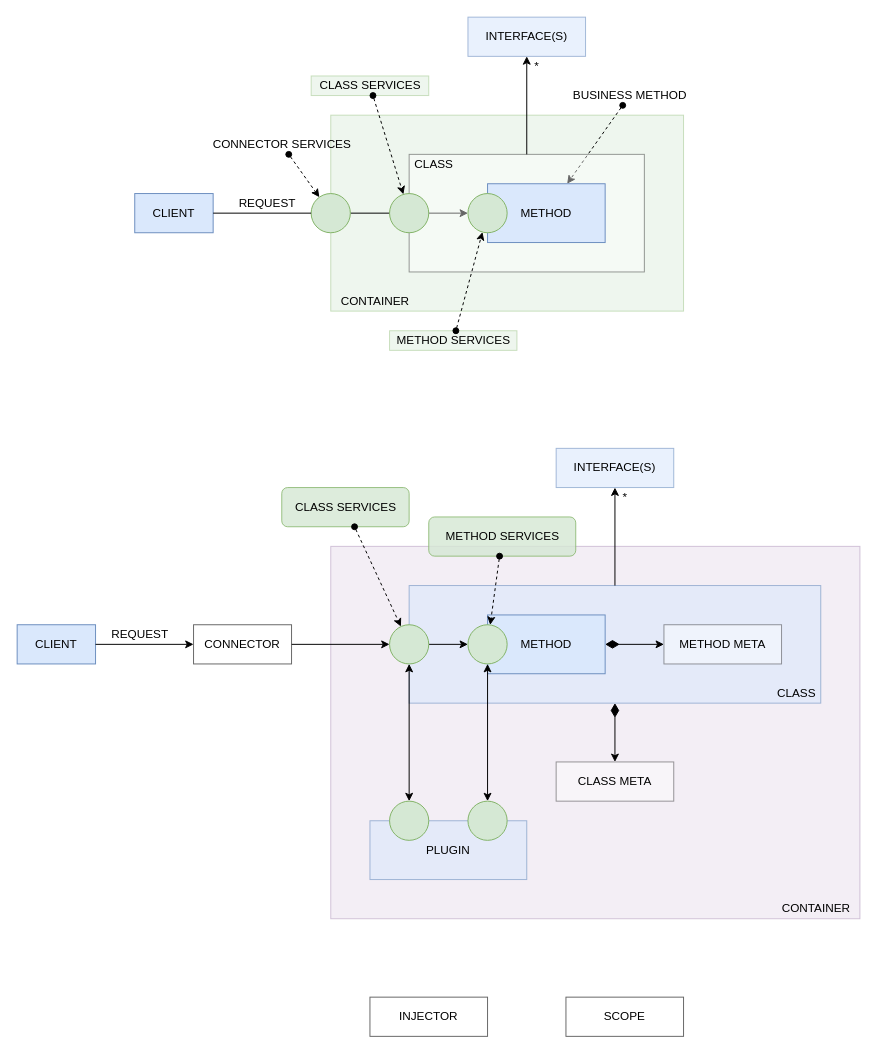
js-lib-com/tiny-container keeps this draw.io diagram as page "Container Services" (1 of 13) of docs/container.drawio. Above is the earlier version. Source tidied: cells renumbered, new cells numbered last; positions are measured from the earlier drawing's top-left corner, leaving out a move shared by most shapes. Both pictures are drawn from the tidied source at 98%, with x=0, y=0 at pixel (17, 17).
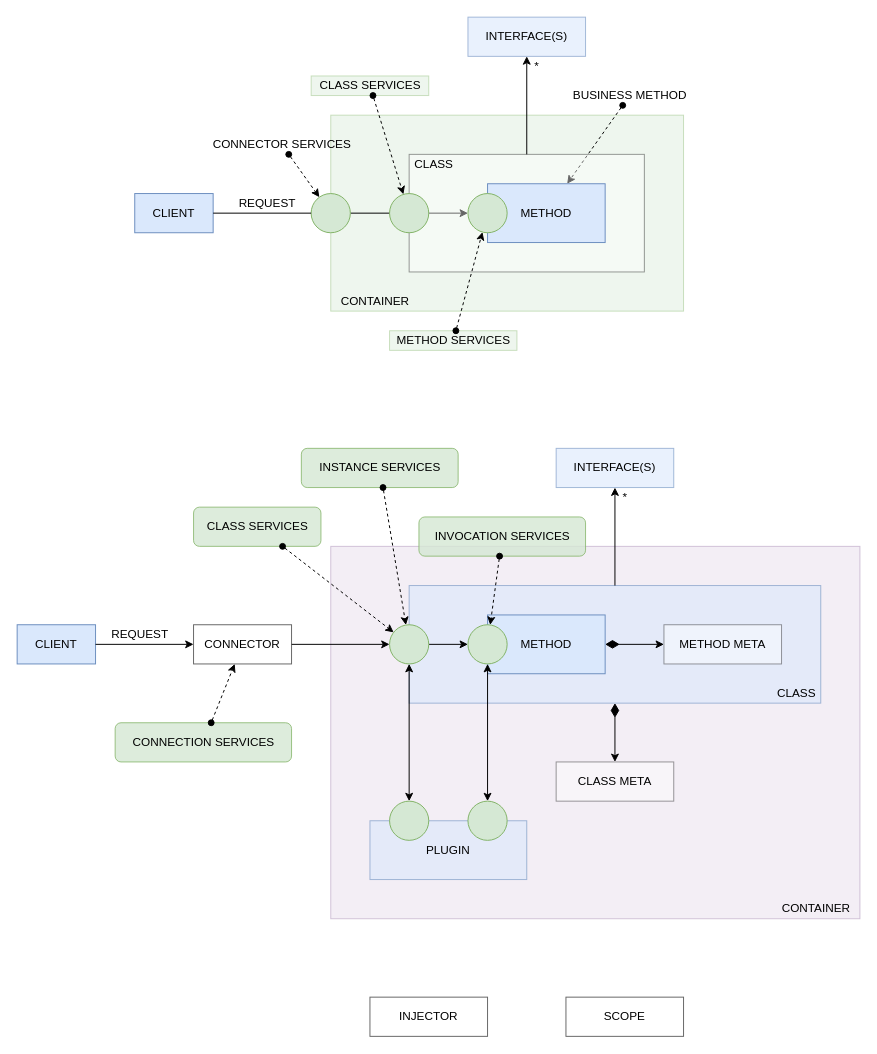
The same diagram, later.

The change refers to these unchanged cells:
```xml
<mxCell id="33" style="ellipse;whiteSpace=wrap;html=1;fillColor=#d5e8d4;strokeColor=#82b366;" parent="1" vertex="1">
  <mxGeometry x="380" y="620" width="40" height="40" as="geometry" />
</mxCell>
<mxCell id="50" value="CONNECTOR" style="rounded=0;whiteSpace=wrap;html=1;verticalAlign=middle;opacity=60;" parent="1" vertex="1">
  <mxGeometry x="180" y="620" width="100" height="40" as="geometry" />
</mxCell>
```

Change to the diagram source:
```diff
@@
-    <mxCell id="28" value="METHOD SERVICES" style="text;html=1;align=center;verticalAlign=middle;points=[];strokeColor=#82b366;fillColor=#d5e8d4;spacingTop=0;spacing=8;rounded=1;opacity=80;" parent="1" vertex="1">
-      <mxGeometry x="420" y="510" width="150" height="40" as="geometry" />
+    <mxCell id="28" value="INVOCATION SERVICES" style="text;html=1;align=center;verticalAlign=middle;points=[];strokeColor=#82b366;fillColor=#d5e8d4;spacingTop=0;spacing=8;rounded=1;opacity=80;" parent="1" vertex="1">
+      <mxGeometry x="410" y="510" width="170" height="40" as="geometry" />
     </mxCell>
@@
     <mxCell id="34" value="CLASS SERVICES" style="text;html=1;align=center;verticalAlign=middle;points=[];strokeColor=#82b366;fillColor=#d5e8d4;rounded=1;spacing=8;opacity=80;" parent="1" vertex="1">
-      <mxGeometry x="270" y="480" width="130" height="40" as="geometry" />
+      <mxGeometry x="180" y="500" width="130" height="40" as="geometry" />
     </mxCell>
@@
+    <mxCell id="56" value="INSTANCE SERVICES" style="text;html=1;align=center;verticalAlign=middle;points=[];strokeColor=#82b366;fillColor=#d5e8d4;rounded=1;spacing=8;opacity=80;" parent="1" vertex="1">
+      <mxGeometry x="290" y="440" width="160" height="40" as="geometry" />
+    </mxCell>
+    <mxCell id="57" style="endArrow=classic;dashed=1;html=1;startArrow=oval;startFill=1;endFill=1;" parent="1" edge="1" source="56" target="33">
+      <mxGeometry relative="1" as="geometry" />
+    </mxCell>
+    <mxCell id="58" value="CONNECTION SERVICES" style="text;html=1;align=center;verticalAlign=middle;points=[];strokeColor=#82b366;fillColor=#d5e8d4;rounded=1;spacing=8;opacity=80;" parent="1" vertex="1">
+      <mxGeometry x="100" y="720" width="180" height="40" as="geometry" />
+    </mxCell>
+    <mxCell id="59" style="endArrow=classic;dashed=1;html=1;startArrow=oval;startFill=1;endFill=1;" parent="1" edge="1" source="58" target="50">
+      <mxGeometry relative="1" as="geometry" />
+    </mxCell>
```
